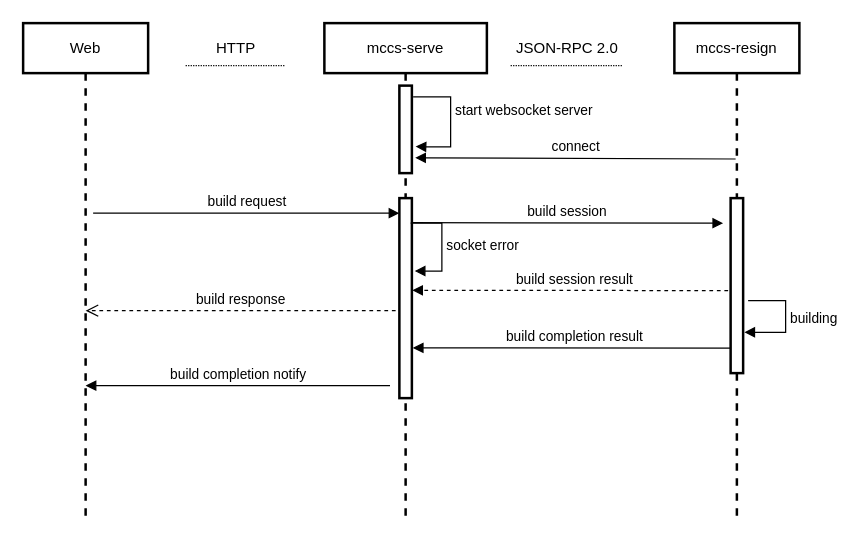
The draw.io diagram oem.drawio in Dcell/drawio, before the edit. Source tidied: cells renumbered, new cells numbered last; positions are measured from the earlier drawing's top-left corner, leaving out a move shared by most shapes. Both pictures are drawn from the tidied source at 125%, with x=0, y=0 at pixel (22, 22).
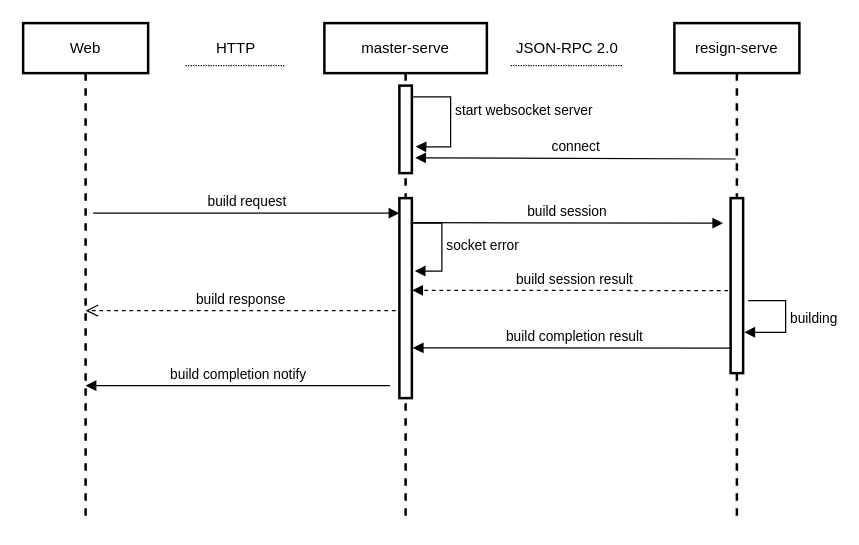
The same page after the edit.

Change to the diagram source:
```diff
@@
-    <mxCell id="16" value="mccs-serve" style="shape=umlLifeline;perimeter=lifelinePerimeter;whiteSpace=wrap;html=1;strokeWidth=2;" parent="1" vertex="1">
+    <mxCell id="16" value="master-serve" style="shape=umlLifeline;perimeter=lifelinePerimeter;whiteSpace=wrap;html=1;strokeWidth=2;" parent="1" vertex="1">
       <mxGeometry x="241" width="130" height="400" as="geometry" />
     </mxCell>
@@
-    <mxCell id="19" value="mccs-resign" style="shape=umlLifeline;perimeter=lifelinePerimeter;whiteSpace=wrap;html=1;strokeWidth=2;" parent="1" vertex="1">
+    <mxCell id="19" value="resign-serve" style="shape=umlLifeline;perimeter=lifelinePerimeter;whiteSpace=wrap;html=1;strokeWidth=2;" parent="1" vertex="1">
       <mxGeometry x="521" width="100" height="400" as="geometry" />
     </mxCell>
```
